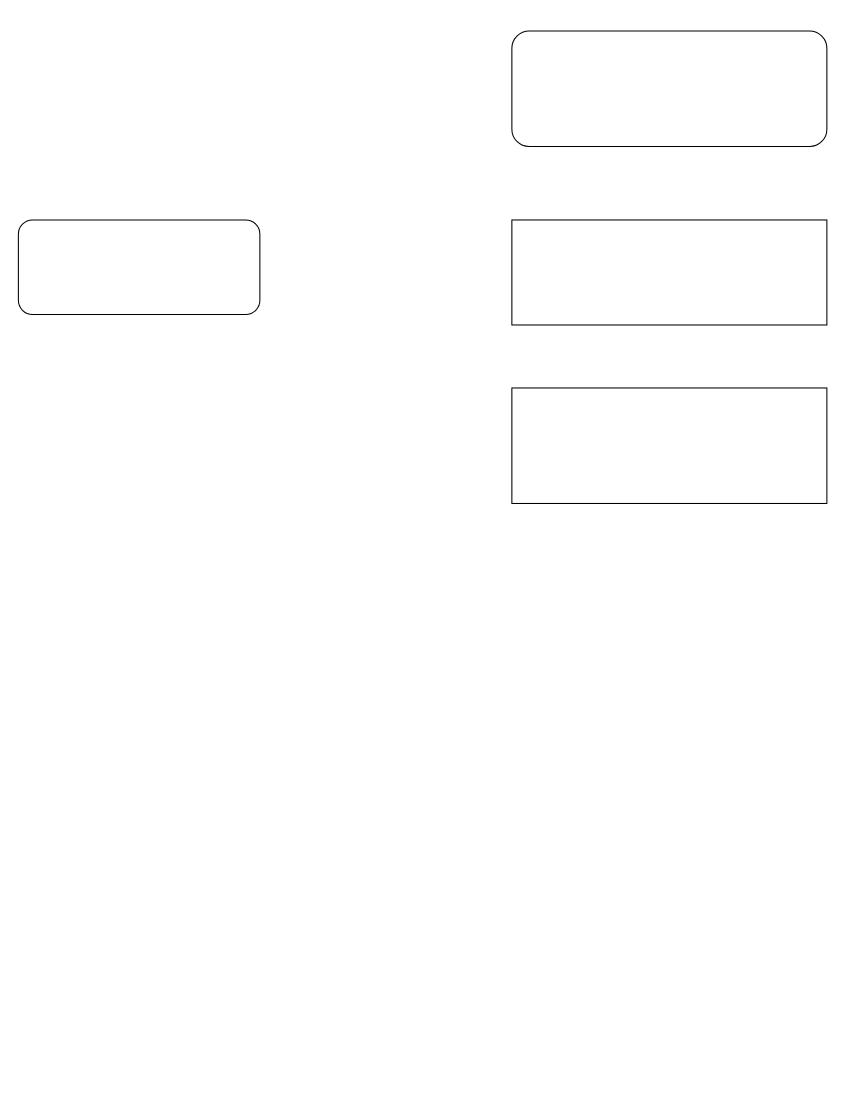
The draw.io diagram Ansible.drawio in RakeshNaik7780/RakeshNaik7780, before the edit. Source tidied: cells renumbered, new cells numbered last; positions are measured from the earlier drawing's top-left corner, leaving out a move shared by most shapes. Both pictures are drawn from the tidied source at 105%, with x=0, y=0 at pixel (18, 30).
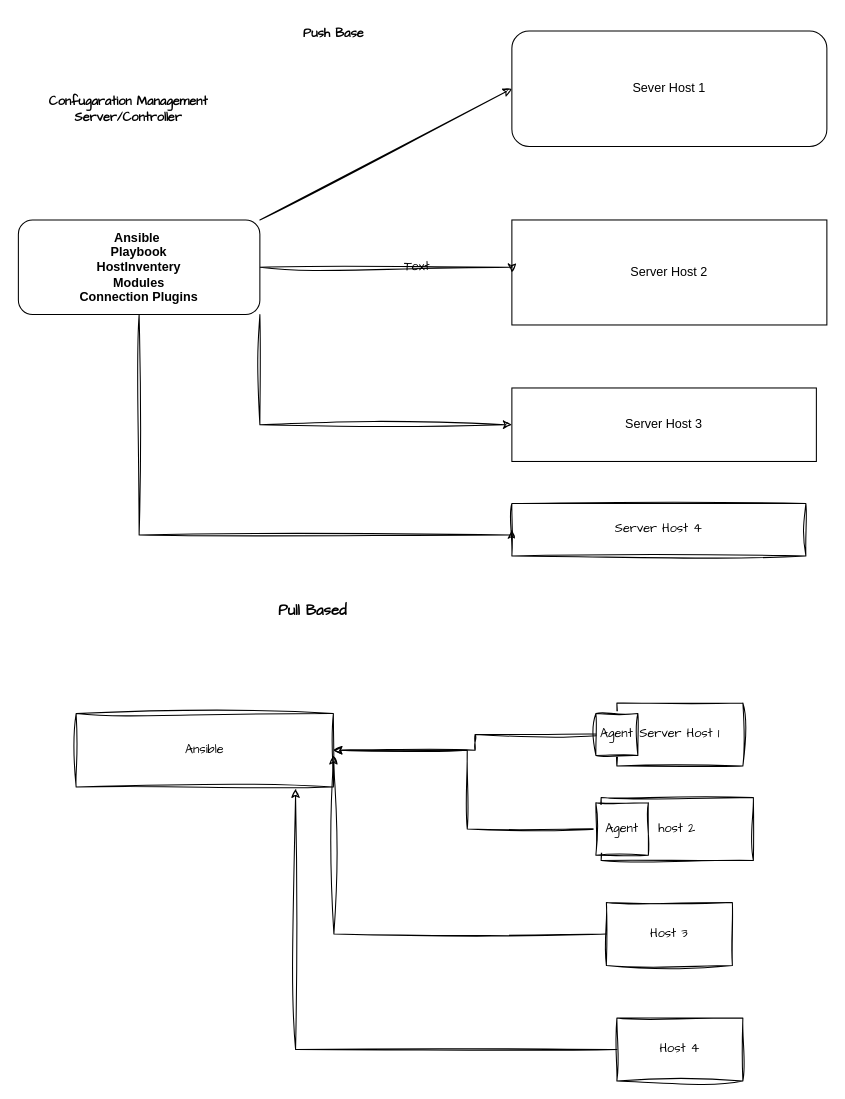
The same diagram, later.

Diff of the diagram source:
```diff
@@
-    <mxCell id="2" style="rounded=1;whiteSpace=wrap;html=1;" parent="1" vertex="1">
+    <mxCell id="2" value="Sever Host 1" style="rounded=1;whiteSpace=wrap;html=1;" parent="1" vertex="1">
       <mxGeometry x="470" width="300" height="110" as="geometry" />
     </mxCell>
-    <mxCell id="3" style="rounded=0;whiteSpace=wrap;html=1;" parent="1" vertex="1">
+    <mxCell id="3" value="Server Host 2" style="rounded=0;whiteSpace=wrap;html=1;" parent="1" vertex="1">
       <mxGeometry x="470" y="180" width="300" height="100" as="geometry" />
     </mxCell>
-    <mxCell id="4" style="rounded=0;whiteSpace=wrap;html=1;" parent="1" vertex="1">
-      <mxGeometry x="470" y="340" width="300" height="110" as="geometry" />
+    <mxCell id="4" value="Server Host 3" style="rounded=0;whiteSpace=wrap;html=1;" parent="1" vertex="1">
+      <mxGeometry x="470" y="340" width="290" height="70" as="geometry" />
     </mxCell>
+    <mxCell id="6" style="edgeStyle=orthogonalEdgeStyle;rounded=0;sketch=1;hachureGap=4;jiggle=2;curveFitting=1;jettySize=auto;html=1;entryX=0;entryY=0.5;entryDx=0;entryDy=0;fontFamily=Architects Daughter;" parent="1" edge="1" source="5" target="3">
+      <mxGeometry relative="1" as="geometry">
+        <Array as="points">
+          <mxPoint x="470" y="225" />
+        </Array>
+      </mxGeometry>
+    </mxCell>
+    <mxCell id="7" style="edgeStyle=orthogonalEdgeStyle;rounded=0;sketch=1;hachureGap=4;jiggle=2;curveFitting=1;jettySize=auto;html=1;exitX=1;exitY=1;exitDx=0;exitDy=0;entryX=0;entryY=0.5;entryDx=0;entryDy=0;fontFamily=Architects Daughter;" parent="1" edge="1" source="5" target="4">
+      <mxGeometry relative="1" as="geometry" />
+    </mxCell>
+    <mxCell id="8" style="edgeStyle=orthogonalEdgeStyle;rounded=0;sketch=1;hachureGap=4;jiggle=2;curveFitting=1;jettySize=auto;html=1;fontFamily=Architects Daughter;entryX=0;entryY=0.5;entryDx=0;entryDy=0;" parent="1" edge="1" source="5" target="11">
+      <mxGeometry relative="1" as="geometry">
+        <Array as="points">
+          <mxPoint x="115" y="480" />
+          <mxPoint x="470" y="480" />
+        </Array>
+      </mxGeometry>
+    </mxCell>
-    <mxCell id="5" style="rounded=1;whiteSpace=wrap;html=1;" parent="1" vertex="1">
+    <mxCell id="5" value="Ansible&amp;nbsp;&lt;div&gt;Playbook&lt;/div&gt;&lt;div&gt;HostInventery&lt;/div&gt;&lt;div&gt;Modules&lt;/div&gt;&lt;div&gt;Connection Plugins&lt;/div&gt;" style="rounded=1;whiteSpace=wrap;html=1;fontStyle=1;" parent="1" vertex="1">
       <mxGeometry y="180" width="230" height="90" as="geometry" />
     </mxCell>
+    <mxCell id="9" value="Confugaration Management Server/Controller" style="text;strokeColor=none;align=center;fillColor=none;html=1;verticalAlign=middle;whiteSpace=wrap;rounded=0;fontFamily=Architects Daughter;fontStyle=1;labelBackgroundColor=none;" parent="1" vertex="1">
+      <mxGeometry y="40" width="210" height="70" as="geometry" />
+    </mxCell>
+    <mxCell id="10" style="endArrow=classic;html=1;rounded=0;sketch=1;hachureGap=4;jiggle=2;curveFitting=1;fontFamily=Architects Daughter;exitX=1;exitY=0;exitDx=0;exitDy=0;entryX=0;entryY=0.5;entryDx=0;entryDy=0;" parent="1" edge="1" source="5" target="2">
+      <mxGeometry relative="1" as="geometry" />
+    </mxCell>
+    <mxCell id="11" value="Server Host 4" style="rounded=0;whiteSpace=wrap;html=1;sketch=1;hachureGap=4;jiggle=2;curveFitting=1;fontFamily=Architects Daughter;" parent="1" vertex="1">
+      <mxGeometry x="470" y="450" width="280" height="50" as="geometry" />
+    </mxCell>
+    <mxCell id="12" value="Text" style="text;strokeColor=none;align=center;fillColor=none;html=1;verticalAlign=middle;whiteSpace=wrap;rounded=0;fontFamily=Architects Daughter;" parent="1" vertex="1">
+      <mxGeometry x="350" y="210" width="60" height="30" as="geometry" />
+    </mxCell>
+    <mxCell id="13" value="Push Base" style="text;html=1;align=center;verticalAlign=middle;strokeColor=none;fillColor=none;fontFamily=Architects Daughter;fontStyle=1;" parent="1" vertex="1">
+      <mxGeometry x="260" y="-12" width="80" height="30" as="geometry" />
+    </mxCell>
+    <mxCell id="14" value="Pull Based" style="text;html=1;align=center;verticalAlign=middle;strokeColor=none;fillColor=none;fontFamily=Architects Daughter;fontStyle=1;fontSize=14;" parent="1" vertex="1">
+      <mxGeometry x="235" y="538" width="90" height="30" as="geometry" />
+    </mxCell>
+    <mxCell id="15" value="Ansible" style="rounded=0;whiteSpace=wrap;html=1;sketch=1;hachureGap=4;jiggle=2;curveFitting=1;fontFamily=Architects Daughter;" parent="1" vertex="1">
+      <mxGeometry x="55" y="650" width="245" height="70" as="geometry" />
+    </mxCell>
+    <mxCell id="16" style="edgeStyle=orthogonalEdgeStyle;rounded=0;sketch=1;hachureGap=4;jiggle=2;curveFitting=1;jettySize=auto;html=1;entryX=1;entryY=0.5;entryDx=0;entryDy=0;fontFamily=Architects Daughter;" parent="1" edge="1" source="17" target="15">
+      <mxGeometry relative="1" as="geometry" />
+    </mxCell>
+    <mxCell id="17" value="Server Host 1" style="rounded=0;whiteSpace=wrap;html=1;sketch=1;hachureGap=4;jiggle=2;curveFitting=1;fontFamily=Architects Daughter;" parent="1" vertex="1">
+      <mxGeometry x="570" y="640" width="120" height="60" as="geometry" />
+    </mxCell>
+    <mxCell id="18" style="edgeStyle=orthogonalEdgeStyle;rounded=0;sketch=1;hachureGap=4;jiggle=2;curveFitting=1;jettySize=auto;html=1;exitX=0;exitY=0.5;exitDx=0;exitDy=0;entryX=1;entryY=0.5;entryDx=0;entryDy=0;fontFamily=Architects Daughter;" parent="1" edge="1" source="19" target="15">
+      <mxGeometry relative="1" as="geometry" />
+    </mxCell>
+    <mxCell id="19" value="host 2" style="rounded=0;whiteSpace=wrap;html=1;sketch=1;hachureGap=4;jiggle=2;curveFitting=1;fontFamily=Architects Daughter;" parent="1" vertex="1">
+      <mxGeometry x="555" y="730" width="145" height="60" as="geometry" />
+    </mxCell>
+    <mxCell id="20" style="edgeStyle=orthogonalEdgeStyle;rounded=0;sketch=1;hachureGap=4;jiggle=2;curveFitting=1;jettySize=auto;html=1;fontFamily=Architects Daughter;" parent="1" edge="1" source="21">
+      <mxGeometry relative="1" as="geometry">
+        <mxPoint x="300" y="690" as="targetPoint" />
+      </mxGeometry>
+    </mxCell>
+    <mxCell id="21" value="Host 3" style="rounded=0;whiteSpace=wrap;html=1;sketch=1;hachureGap=4;jiggle=2;curveFitting=1;fontFamily=Architects Daughter;" parent="1" vertex="1">
+      <mxGeometry x="560" y="830" width="120" height="60" as="geometry" />
+    </mxCell>
+    <mxCell id="22" value="Host 4" style="rounded=0;whiteSpace=wrap;html=1;sketch=1;hachureGap=4;jiggle=2;curveFitting=1;fontFamily=Architects Daughter;" parent="1" vertex="1">
+      <mxGeometry x="570" y="940" width="120" height="60" as="geometry" />
+    </mxCell>
+    <mxCell id="23" style="edgeStyle=orthogonalEdgeStyle;rounded=0;sketch=1;hachureGap=4;jiggle=2;curveFitting=1;jettySize=auto;html=1;entryX=0.853;entryY=1.026;entryDx=0;entryDy=0;entryPerimeter=0;fontFamily=Architects Daughter;" parent="1" edge="1" source="22" target="15">
+      <mxGeometry relative="1" as="geometry" />
+    </mxCell>
+    <mxCell id="24" value="Agent" style="whiteSpace=wrap;html=1;sketch=1;hachureGap=4;jiggle=2;curveFitting=1;fontFamily=Architects Daughter;" parent="1" vertex="1">
+      <mxGeometry x="550" y="650" width="40" height="40" as="geometry" />
+    </mxCell>
+    <mxCell id="25" value="Agent" style="whiteSpace=wrap;html=1;sketch=1;hachureGap=4;jiggle=2;curveFitting=1;fontFamily=Architects Daughter;" parent="1" vertex="1">
+      <mxGeometry x="550" y="735" width="50" height="50" as="geometry" />
+    </mxCell>
```
